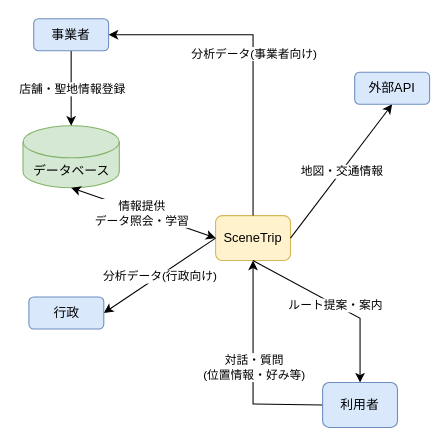
The draw.io diagram docs/figure/softinfo.drawio in r02092/se2025, before the edit. Source tidied: cells renumbered, new cells numbered last; positions are measured from the earlier drawing's top-left corner, leaving out a move shared by most shapes. Both pictures are drawn from the tidied source at 107%, with x=0, y=0 at pixel (22, 18).
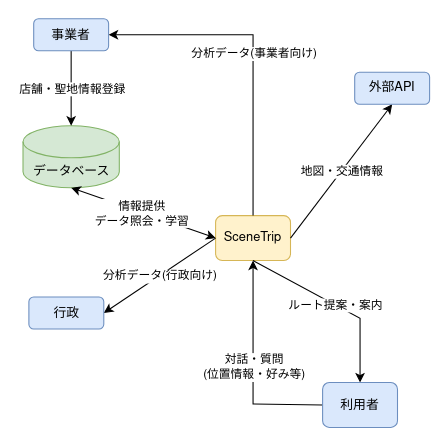
The same page after the edit.

Commit message (it also covers changes not shown here):
Nimbus Sansをフォントとして指定

The change refers to these unchanged cells:
```xml
<mxCell id="11" style="endArrow=classic;html=1;rounded=0;exitX=0;exitY=0.5;exitDx=0;exitDy=0;entryX=0.5;entryY=1;entryDx=0;entryDy=0;" parent="1" edge="1" source="19" target="2">
  <mxGeometry relative="1" as="geometry">
    <Array as="points">
      <mxPoint x="215" y="360" />
    </Array>
  </mxGeometry>
</mxCell>
<mxCell id="13" style="endArrow=classic;html=1;rounded=0;entryX=1;entryY=0.5;entryDx=0;entryDy=0;exitX=0.5;exitY=0;exitDx=0;exitDy=0;" parent="1" edge="1" source="2" target="17">
  <mxGeometry relative="1" as="geometry">
    <Array as="points">
      <mxPoint x="215" y="15" />
    </Array>
  </mxGeometry>
</mxCell>
<mxCell id="15" style="endArrow=classic;html=1;rounded=0;entryX=1;entryY=0.5;entryDx=0;entryDy=0;exitX=0;exitY=0.5;exitDx=0;exitDy=0;" parent="1" edge="1" source="2" target="18">
  <mxGeometry relative="1" as="geometry" />
</mxCell>
```

Change to the diagram source:
```diff
@@
-    <mxCell id="2" value="SceneTrip" style="rounded=1;whiteSpace=wrap;html=1;fillColor=#fff2cc;strokeColor=#d6b656;" parent="1" vertex="1">
+    <mxCell id="2" value="SceneTrip" style="rounded=1;whiteSpace=wrap;html=1;fillColor=#fff2cc;strokeColor=#d6b656;fontFamily=Nimbus Sans;" parent="1" vertex="1">
       <mxGeometry x="180" y="184" width="70" height="42" as="geometry" />
     </mxCell>
@@
-    <mxCell id="12" value="対話・質問&lt;div&gt;(位置情報・好み等)&lt;/div&gt;" style="edgeLabel;html=1;align=center;verticalAlign=middle;" parent="11" vertex="1">
+    <mxCell id="12" value="対話・質問&lt;div&gt;(位置情報・好み等)&lt;/div&gt;" style="edgeLabel;html=1;align=center;verticalAlign=middle;fontFamily=Nimbus Sans;" parent="11" vertex="1">
       <mxGeometry relative="1" as="geometry" />
     </mxCell>
@@
-    <mxCell id="14" value="分析データ(事業者向け)" style="edgeLabel;html=1;align=center;verticalAlign=middle;" parent="13" vertex="1">
+    <mxCell id="14" value="分析データ(事業者向け)" style="edgeLabel;html=1;align=center;verticalAlign=middle;fontFamily=Nimbus Sans;" parent="13" vertex="1">
       <mxGeometry relative="1" as="geometry" />
     </mxCell>
@@
-    <mxCell id="16" value="分析データ(行政向け)" style="edgeLabel;html=1;align=center;verticalAlign=middle;" parent="15" vertex="1">
+    <mxCell id="16" value="分析データ(行政向け)" style="edgeLabel;html=1;align=center;verticalAlign=middle;fontFamily=Nimbus Sans;" parent="15" vertex="1">
       <mxGeometry relative="1" as="geometry" />
     </mxCell>
@@
-    <mxCell id="22" value="外部API" style="rounded=1;whiteSpace=wrap;html=1;fillColor=#dae8fc;strokeColor=#6c8ebf;" parent="1" vertex="1">
+    <mxCell id="22" value="外部API" style="rounded=1;whiteSpace=wrap;html=1;fillColor=#dae8fc;strokeColor=#6c8ebf;fontFamily=Nimbus Sans;" parent="1" vertex="1">
       <mxGeometry x="310" y="50" width="70" height="30" as="geometry" />
     </mxCell>
```
